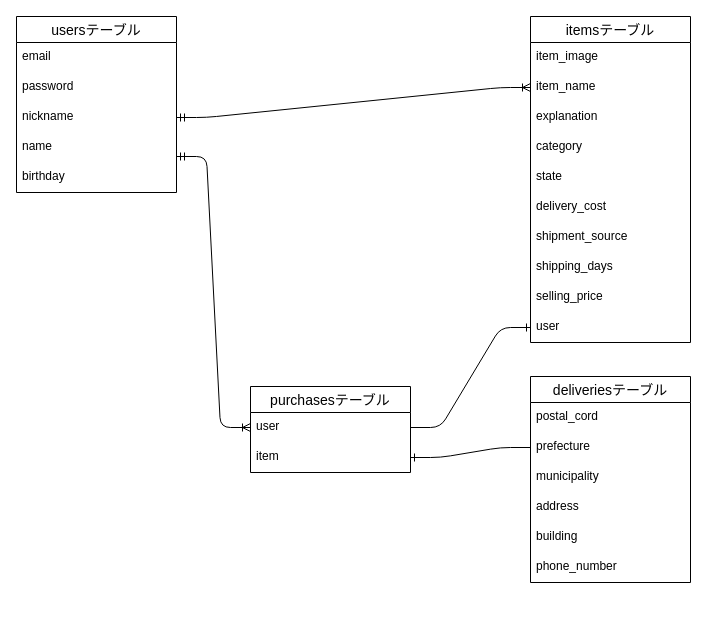
The draw.io diagram ER.dio in Suzun0suke/furima-8019, before the edit. Source tidied: cells renumbered, new cells numbered last; positions are measured from the earlier drawing's top-left corner, leaving out a move shared by most shapes. Both pictures are drawn from the tidied source at 100%, with x=0, y=0 at pixel (16, 16).
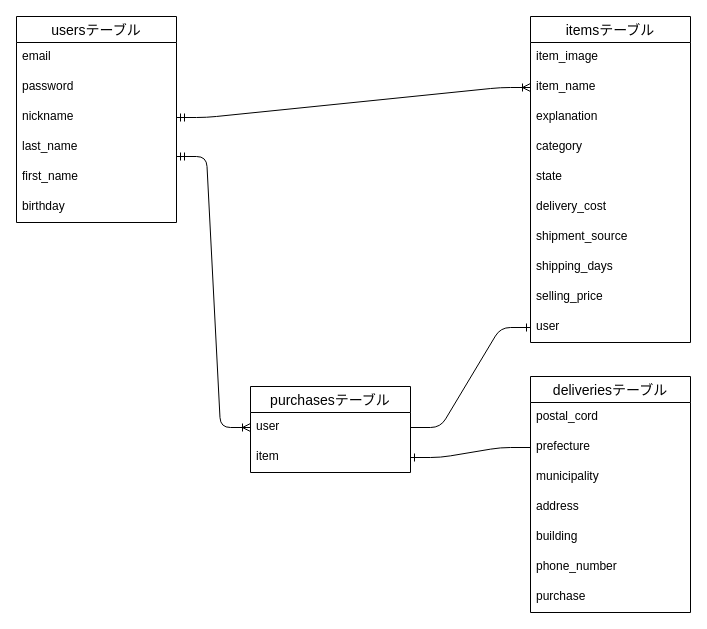
Above is the later version.

Diff of the diagram source:
```diff
@@
     <mxCell id="2" value="usersテーブル" style="swimlane;fontStyle=0;horizontal=1;startSize=26;align=center;fontSize=14;" parent="1" vertex="1">
-      <mxGeometry width="160" height="176" as="geometry" />
+      <mxGeometry width="160" height="206" as="geometry" />
     </mxCell>
@@
+    <mxCell id="33" value="last_name" style="text;strokeColor=none;fillColor=none;spacingLeft=4;spacingRight=4;overflow=hidden;fontSize=12;" parent="2" vertex="1">
+      <mxGeometry y="116" width="160" height="30" as="geometry" />
+    </mxCell>
-    <mxCell id="6" value="name" style="text;strokeColor=none;fillColor=none;spacingLeft=4;spacingRight=4;overflow=hidden;fontSize=12;" parent="2" vertex="1">
-      <mxGeometry y="116" width="160" height="30" as="geometry" />
+    <mxCell id="6" value="first_name" style="text;strokeColor=none;fillColor=none;spacingLeft=4;spacingRight=4;overflow=hidden;fontSize=12;" parent="2" vertex="1">
+      <mxGeometry y="146" width="160" height="30" as="geometry" />
     </mxCell>
     <mxCell id="7" value="birthday" style="text;strokeColor=none;fillColor=none;spacingLeft=4;spacingRight=4;overflow=hidden;fontSize=12;" parent="2" vertex="1">
-      <mxGeometry y="146" width="160" height="30" as="geometry" />
+      <mxGeometry y="176" width="160" height="30" as="geometry" />
     </mxCell>
@@
     <mxCell id="19" value="deliveriesテーブル" style="swimlane;fontStyle=0;horizontal=1;startSize=26;align=center;fontSize=14;" parent="1" vertex="1">
-      <mxGeometry x="514" y="360" width="160" height="206" as="geometry" />
+      <mxGeometry x="514" y="360" width="160" height="236" as="geometry" />
     </mxCell>
@@
+    <mxCell id="34" value="phone_number" style="text;strokeColor=none;fillColor=none;spacingLeft=4;spacingRight=4;overflow=hidden;fontSize=12;" parent="19" vertex="1">
+      <mxGeometry y="176" width="160" height="30" as="geometry" />
+    </mxCell>
-    <mxCell id="25" value="phone_number" style="text;strokeColor=none;fillColor=none;spacingLeft=4;spacingRight=4;overflow=hidden;fontSize=12;" parent="19" vertex="1">
-      <mxGeometry y="176" width="160" height="30" as="geometry" />
+    <mxCell id="25" value="purchase" style="text;strokeColor=none;fillColor=none;spacingLeft=4;spacingRight=4;overflow=hidden;fontSize=12;" parent="19" vertex="1">
+      <mxGeometry y="206" width="160" height="30" as="geometry" />
     </mxCell>
```
